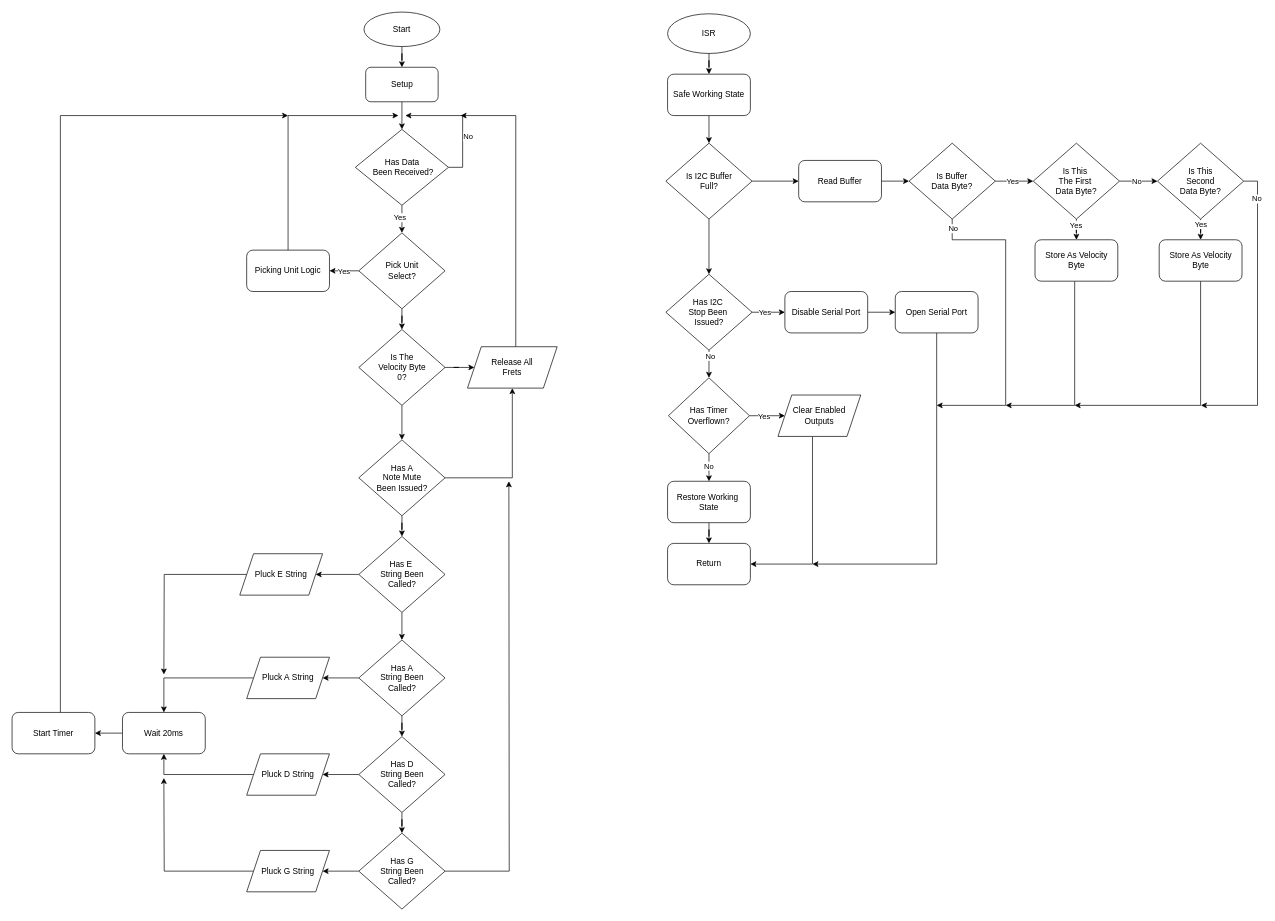
Before: Flowcharts/Pluck String Flowchart.drawio in Masaharu41/Midi-Bass-Guitar, a draw.io diagram. Source tidied: cells renumbered, new cells numbered last; positions are measured from the earlier drawing's top-left corner, leaving out a move shared by most shapes. Both pictures are drawn from the tidied source at 69%, with x=0, y=0 at pixel (12, 12).
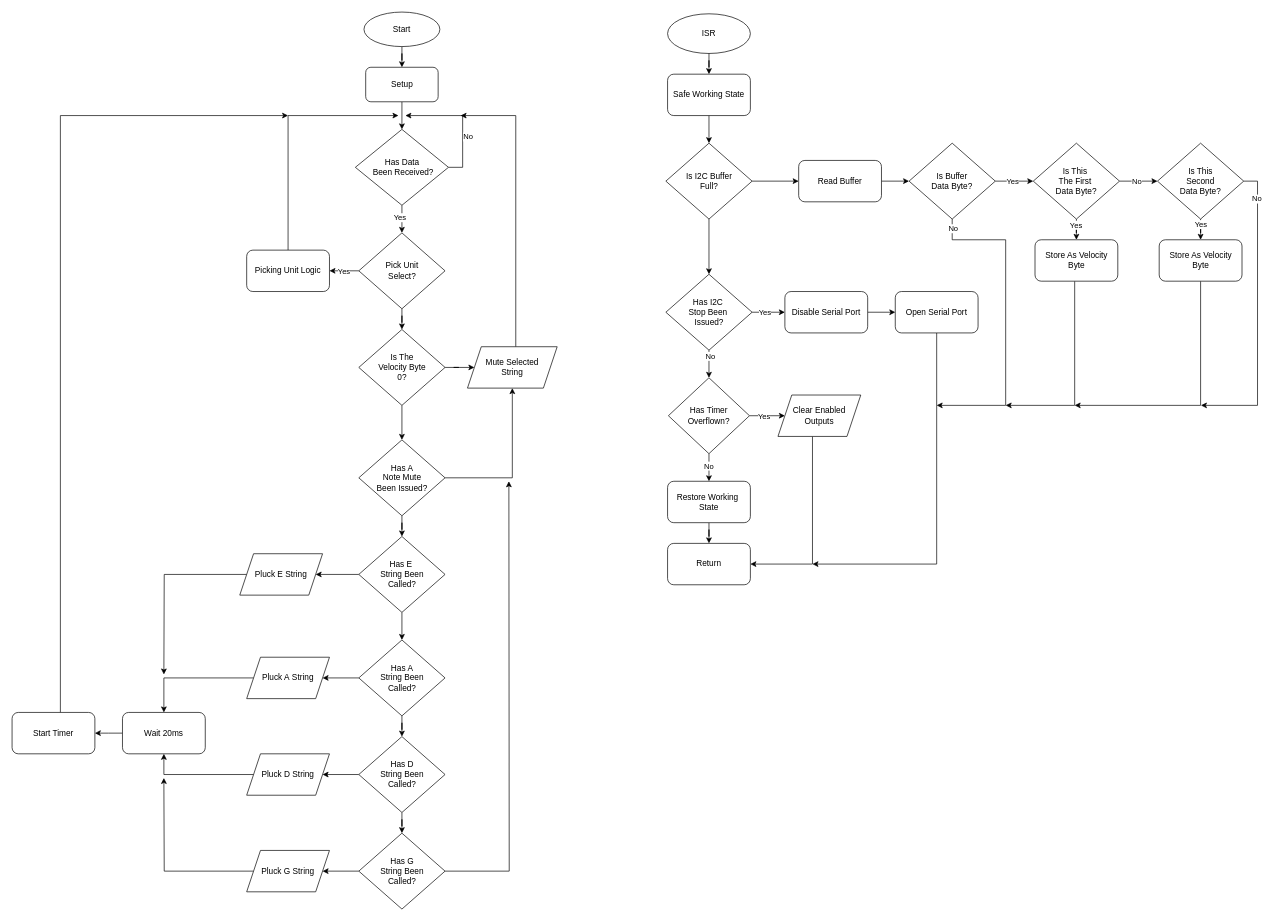
The same page after the edit.

Commit message (it also covers changes not shown here):
updated schematic to reflect code

What changed in the source:
```diff
@@
-    <mxCell id="21" value="Release All&lt;div&gt;Frets&lt;/div&gt;" style="shape=parallelogram;perimeter=parallelogramPerimeter;whiteSpace=wrap;html=1;fixedSize=1;" parent="1" vertex="1">
+    <mxCell id="21" value="Mute Selected&lt;div&gt;String&lt;/div&gt;" style="shape=parallelogram;perimeter=parallelogramPerimeter;whiteSpace=wrap;html=1;fixedSize=1;" parent="1" vertex="1">
       <mxGeometry x="660" y="485" width="130" height="60" as="geometry" />
     </mxCell>
```
